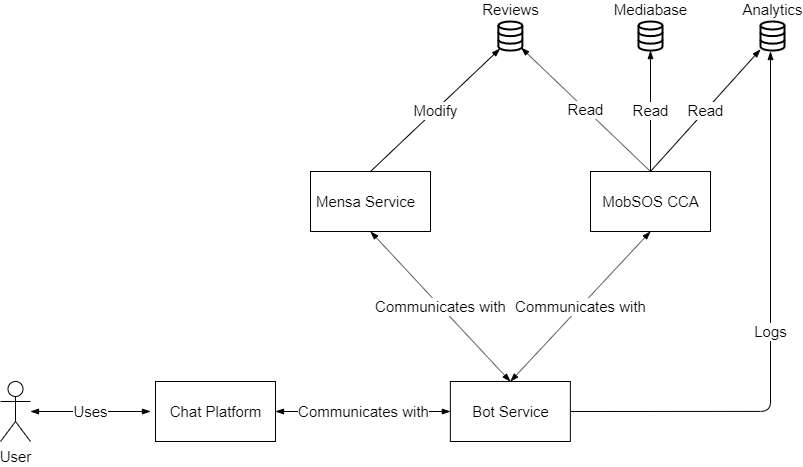
Earlier version of the draw.io export figures/realization/Component_Diagramm.png (lakhoune/bachelor-thesis). Source tidied: cells renumbered, new cells last; positions are measured from the earlier drawing's top-left corner, leaving out a move shared by most shapes. Its diagram source:
```xml
<mxGraphModel background="#ffffff">
  <root>
    <mxCell id="0" />
    <mxCell id="1" parent="0" />
    <mxCell id="2" value="Uses" style="edgeStyle=orthogonalEdgeStyle;rounded=0;jettySize=auto;html=1;endArrow=blockThin;endFill=1;startArrow=blockThin;startFill=1;fontSize=15;" parent="1" edge="1" source="3">
      <mxGeometry relative="1" as="geometry">
        <mxPoint x="150" y="390" as="targetPoint" />
      </mxGeometry>
    </mxCell>
    <mxCell id="3" value="User" style="shape=umlActor;verticalLabelPosition=bottom;labelBackgroundColor=#ffffff;verticalAlign=top;html=1;outlineConnect=0;fontSize=15;" parent="1" vertex="1">
      <mxGeometry y="360" width="30" height="60" as="geometry" />
    </mxCell>
    <mxCell id="4" style="group;fontSize=15;" parent="1" vertex="1">
      <mxGeometry x="155" y="360" width="120" height="60" as="geometry" />
    </mxCell>
    <mxCell id="5" style="rounded=0;whiteSpace=wrap;html=1;fontSize=15;" parent="4" vertex="1">
      <mxGeometry width="120" height="60" as="geometry" />
    </mxCell>
    <mxCell id="6" value="Chat Platform" style="text;html=1;align=center;verticalAlign=middle;fontSize=15;" parent="4" vertex="1">
      <mxGeometry x="5" y="20" width="110" height="20" as="geometry" />
    </mxCell>
    <mxCell id="7" value="Communicates with" style="edgeStyle=orthogonalEdgeStyle;rounded=0;jettySize=auto;html=1;startArrow=blockThin;startFill=1;endArrow=blockThin;endFill=1;fontSize=15;" parent="1" edge="1" source="5" target="9">
      <mxGeometry relative="1" as="geometry" />
    </mxCell>
    <mxCell id="8" style="group;fontSize=15;" parent="1" vertex="1">
      <mxGeometry x="449.9" y="360" width="120" height="60" as="geometry" />
    </mxCell>
    <mxCell id="9" style="rounded=0;whiteSpace=wrap;html=1;fontSize=15;" parent="8" vertex="1">
      <mxGeometry width="120" height="60" as="geometry" />
    </mxCell>
    <mxCell id="10" value="Bot Service" style="text;html=1;align=center;verticalAlign=middle;fontSize=15;" parent="8" vertex="1">
      <mxGeometry x="15" y="20" width="90" height="20" as="geometry" />
    </mxCell>
    <mxCell id="11" value="Communicates with" style="rounded=0;jettySize=auto;html=1;startArrow=blockThin;startFill=1;endArrow=blockThin;endFill=1;entryX=0.5;entryY=0;entryDx=0;entryDy=0;exitX=0.5;exitY=1;exitDx=0;exitDy=0;fontSize=15;" parent="1" edge="1" source="14" target="9">
      <mxGeometry relative="1" as="geometry" />
    </mxCell>
    <mxCell id="12" value="Communicates with" style="rounded=0;jettySize=auto;html=1;startArrow=blockThin;startFill=1;endArrow=blockThin;endFill=1;exitX=0.5;exitY=1;exitDx=0;exitDy=0;entryX=0.5;entryY=0;entryDx=0;entryDy=0;fontSize=15;" parent="1" edge="1" source="17" target="9">
      <mxGeometry relative="1" as="geometry" />
    </mxCell>
    <mxCell id="13" style="group;fontSize=15;" parent="1" vertex="1">
      <mxGeometry x="310" y="150" width="120" height="60" as="geometry" />
    </mxCell>
    <mxCell id="14" style="rounded=0;whiteSpace=wrap;html=1;fontSize=15;" parent="13" vertex="1">
      <mxGeometry width="120" height="60" as="geometry" />
    </mxCell>
    <mxCell id="15" value="Mensa Service" style="text;html=1;align=center;verticalAlign=middle;fontSize=15;" parent="13" vertex="1">
      <mxGeometry y="20" width="110" height="20" as="geometry" />
    </mxCell>
    <mxCell id="16" style="group;fontSize=15;" parent="1" vertex="1">
      <mxGeometry x="590" y="150" width="120" height="60" as="geometry" />
    </mxCell>
    <mxCell id="17" style="rounded=0;whiteSpace=wrap;html=1;fontSize=15;" parent="16" vertex="1">
      <mxGeometry width="120" height="60" as="geometry" />
    </mxCell>
    <mxCell id="18" value="MobSOS CCA" style="text;html=1;align=center;verticalAlign=middle;points=[];fontSize=15;" parent="16" vertex="1">
      <mxGeometry x="5" y="20" width="110" height="20" as="geometry" />
    </mxCell>
    <mxCell id="19" value="Modify" style="endArrow=blockThin;html=1;exitX=0.5;exitY=0;exitDx=0;exitDy=0;entryX=0.071;entryY=0.933;entryDx=0;entryDy=0;endFill=1;entryPerimeter=0;fontSize=15;" parent="1" edge="1" source="14" target="20">
      <mxGeometry relative="1" as="geometry" />
    </mxCell>
    <mxCell id="20" value="Reviews" style="html=1;verticalLabelPosition=top;align=center;labelBackgroundColor=#ffffff;verticalAlign=bottom;strokeWidth=2;strokeColor=#000000;shadow=0;dashed=0;shape=mxgraph.ios7.icons.data;labelPosition=center;fontSize=15;" parent="1" vertex="1">
      <mxGeometry x="497.9" width="24" height="29.1" as="geometry" />
    </mxCell>
    <mxCell id="21" value="Read" style="endArrow=none;html=1;entryX=0.5;entryY=0;entryDx=0;entryDy=0;exitX=0.952;exitY=0.903;exitDx=0;exitDy=0;exitPerimeter=0;startArrow=blockThin;startFill=1;endFill=0;fontSize=15;" parent="1" edge="1" source="20" target="17">
      <mxGeometry relative="1" as="geometry" />
    </mxCell>
    <mxCell id="22" value="Read" style="edgeStyle=none;rounded=0;jettySize=auto;html=1;startArrow=none;startFill=0;endArrow=blockThin;endFill=1;entryX=0.5;entryY=1;entryDx=0;entryDy=0;entryPerimeter=0;fontSize=15;" parent="1" edge="1" target="24">
      <mxGeometry relative="1" as="geometry">
        <mxPoint x="650" y="150" as="sourcePoint" />
      </mxGeometry>
    </mxCell>
    <mxCell id="23" value="Analytics" style="html=1;verticalLabelPosition=top;align=center;labelBackgroundColor=#ffffff;verticalAlign=bottom;strokeWidth=2;strokeColor=#000000;shadow=0;dashed=0;shape=mxgraph.ios7.icons.data;labelPosition=center;fontSize=15;" parent="1" vertex="1">
      <mxGeometry x="760" width="24" height="29.1" as="geometry" />
    </mxCell>
    <mxCell id="24" value="Mediabase" style="html=1;verticalLabelPosition=top;align=center;labelBackgroundColor=#ffffff;verticalAlign=bottom;strokeWidth=2;strokeColor=#000000;shadow=0;dashed=0;shape=mxgraph.ios7.icons.data;labelPosition=center;fontSize=15;" parent="1" vertex="1">
      <mxGeometry x="638" width="24" height="29.1" as="geometry" />
    </mxCell>
    <mxCell id="25" value="Read" style="endArrow=blockThin;html=1;exitX=0.5;exitY=0;exitDx=0;exitDy=0;endFill=1;fontSize=15;" parent="1" edge="1" source="17" target="23">
      <mxGeometry relative="1" as="geometry" />
    </mxCell>
    <mxCell id="26" value="Logs" style="endArrow=blockThin;html=1;exitX=1;exitY=0.5;exitDx=0;exitDy=0;edgeStyle=orthogonalEdgeStyle;endFill=1;fontSize=15;" parent="1" edge="1" source="9">
      <mxGeometry relative="1" as="geometry">
        <mxPoint x="770" y="30" as="targetPoint" />
      </mxGeometry>
    </mxCell>
  </root>
</mxGraphModel>
```
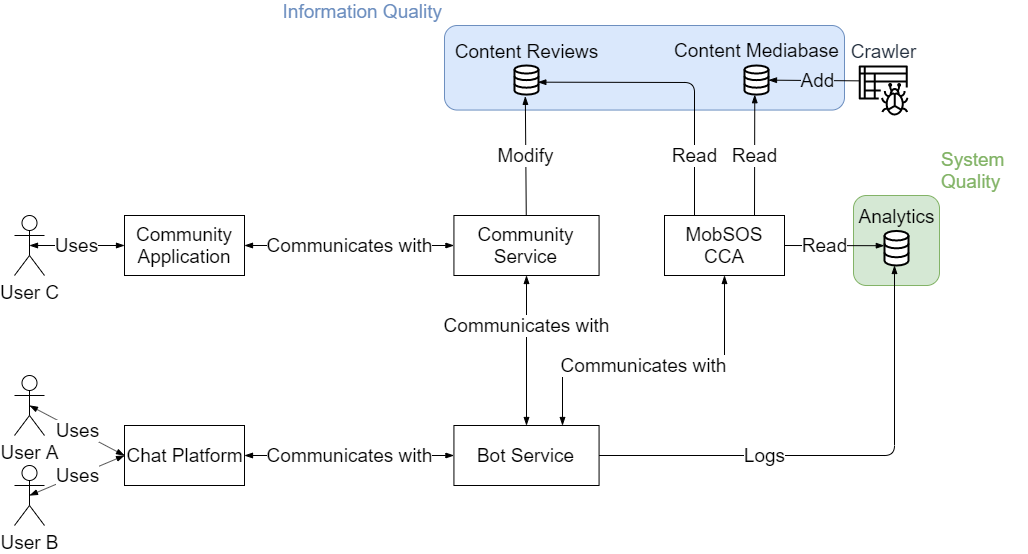
The same diagram one commit later.

Commit message:
refine component diagramm

Change to the diagram source:
```diff
@@ -2,86 +2,102 @@
   <root>
     <mxCell id="0" />
     <mxCell id="1" parent="0" />
+    <mxCell id="27" value="System Quality" style="rounded=1;whiteSpace=wrap;html=1;labelBackgroundColor=none;strokeColor=#82b366;fillColor=#d5e8d4;fontSize=19;labelPosition=right;verticalLabelPosition=top;align=left;verticalAlign=bottom;fontColor=#82B366;" parent="1" vertex="1">
+      <mxGeometry x="839" y="440" width="86" height="90" as="geometry" />
+    </mxCell>
+    <mxCell id="28" value="Information Quality" style="rounded=1;whiteSpace=wrap;html=1;strokeColor=#6c8ebf;fillColor=#dae8fc;fontSize=19;labelPosition=left;verticalLabelPosition=top;align=right;verticalAlign=bottom;fontColor=#6C8EBF;labelBorderColor=none;" parent="1" vertex="1">
+      <mxGeometry x="430" y="270" width="400" height="84.5" as="geometry" />
+    </mxCell>
-    <mxCell id="2" value="Uses" style="edgeStyle=orthogonalEdgeStyle;rounded=0;jettySize=auto;html=1;endArrow=blockThin;endFill=1;startArrow=blockThin;startFill=1;fontSize=15;" parent="1" edge="1" source="3">
-      <mxGeometry relative="1" as="geometry">
-        <mxPoint x="150" y="390" as="targetPoint" />
-      </mxGeometry>
+    <mxCell id="2" value="Uses" style="rounded=0;jettySize=auto;html=1;endArrow=blockThin;endFill=1;startArrow=blockThin;startFill=1;fontSize=19;entryX=0;entryY=0.5;entryDx=0;entryDy=0;exitX=0.5;exitY=0.5;exitDx=0;exitDy=0;exitPerimeter=0;" parent="1" edge="1" source="3" target="5">
+      <mxGeometry relative="1" as="geometry" />
     </mxCell>
-    <mxCell id="3" value="User" style="shape=umlActor;verticalLabelPosition=bottom;labelBackgroundColor=#ffffff;verticalAlign=top;html=1;outlineConnect=0;fontSize=15;" parent="1" vertex="1">
-      <mxGeometry y="360" width="30" height="60" as="geometry" />
+    <mxCell id="3" value="User A" style="shape=umlActor;verticalLabelPosition=bottom;labelBackgroundColor=#ffffff;verticalAlign=top;html=1;outlineConnect=0;fontSize=19;" parent="1" vertex="1">
+      <mxGeometry y="620" width="30" height="60" as="geometry" />
     </mxCell>
-    <mxCell id="4" style="group;fontSize=15;" parent="1" vertex="1">
-      <mxGeometry x="155" y="360" width="120" height="60" as="geometry" />
+    <mxCell id="4" style="group;fontSize=19;" parent="1" vertex="1">
+      <mxGeometry x="110" y="670" width="125" height="60" as="geometry" />
     </mxCell>
-    <mxCell id="5" style="rounded=0;whiteSpace=wrap;html=1;fontSize=15;" parent="4" vertex="1">
+    <mxCell id="5" style="rounded=0;whiteSpace=wrap;html=1;fontSize=19;" parent="4" vertex="1">
       <mxGeometry width="120" height="60" as="geometry" />
     </mxCell>
-    <mxCell id="6" value="Chat Platform" style="text;html=1;align=center;verticalAlign=middle;fontSize=15;" parent="4" vertex="1">
-      <mxGeometry x="5" y="20" width="110" height="20" as="geometry" />
+    <mxCell id="6" value="Chat Platform" style="text;html=1;align=center;verticalAlign=middle;fontSize=19;" parent="4" vertex="1">
+      <mxGeometry x="-5" y="15" width="130" height="30" as="geometry" />
     </mxCell>
-    <mxCell id="7" value="Communicates with" style="edgeStyle=orthogonalEdgeStyle;rounded=0;jettySize=auto;html=1;startArrow=blockThin;startFill=1;endArrow=blockThin;endFill=1;fontSize=15;" parent="1" edge="1" source="5" target="9">
+    <mxCell id="7" value="Communicates with" style="edgeStyle=orthogonalEdgeStyle;rounded=0;jettySize=auto;html=1;startArrow=blockThin;startFill=1;endArrow=blockThin;endFill=1;fontSize=19;" parent="1" edge="1" source="5" target="9">
       <mxGeometry relative="1" as="geometry" />
     </mxCell>
-    <mxCell id="8" style="group;fontSize=15;" parent="1" vertex="1">
-      <mxGeometry x="449.9" y="360" width="120" height="60" as="geometry" />
+    <mxCell id="8" style="group;fontSize=19;" parent="1" vertex="1">
+      <mxGeometry x="439.4" y="670" width="145.1" height="60" as="geometry" />
     </mxCell>
-    <mxCell id="9" style="rounded=0;whiteSpace=wrap;html=1;fontSize=15;" parent="8" vertex="1">
-      <mxGeometry width="120" height="60" as="geometry" />
+    <mxCell id="9" value="Bot Service" style="rounded=0;whiteSpace=wrap;html=1;fontSize=19;" parent="8" vertex="1">
+      <mxGeometry width="145.1" height="60" as="geometry" />
     </mxCell>
-    <mxCell id="10" value="Bot Service" style="text;html=1;align=center;verticalAlign=middle;fontSize=15;" parent="8" vertex="1">
-      <mxGeometry x="15" y="20" width="90" height="20" as="geometry" />
-    </mxCell>
-    <mxCell id="11" value="Communicates with" style="rounded=0;jettySize=auto;html=1;startArrow=blockThin;startFill=1;endArrow=blockThin;endFill=1;entryX=0.5;entryY=0;entryDx=0;entryDy=0;exitX=0.5;exitY=1;exitDx=0;exitDy=0;fontSize=15;" parent="1" edge="1" source="14" target="9">
-      <mxGeometry relative="1" as="geometry" />
+    <mxCell id="11" value="Communicates with" style="rounded=0;jettySize=auto;html=1;startArrow=blockThin;startFill=1;endArrow=blockThin;endFill=1;entryX=0.5;entryY=0;entryDx=0;entryDy=0;exitX=0.5;exitY=1;exitDx=0;exitDy=0;fontSize=19;" parent="1" edge="1" source="29" target="9">
+      <mxGeometry x="-0.33" relative="1" as="geometry" />
     </mxCell>
-    <mxCell id="12" value="Communicates with" style="rounded=0;jettySize=auto;html=1;startArrow=blockThin;startFill=1;endArrow=blockThin;endFill=1;exitX=0.5;exitY=1;exitDx=0;exitDy=0;entryX=0.5;entryY=0;entryDx=0;entryDy=0;fontSize=15;" parent="1" edge="1" source="17" target="9">
-      <mxGeometry relative="1" as="geometry" />
+    <mxCell id="12" value="Communicates with" style="rounded=1;jettySize=auto;html=1;startArrow=blockThin;startFill=1;endArrow=blockThin;endFill=1;exitX=0.5;exitY=1;exitDx=0;exitDy=0;entryX=0.75;entryY=0;entryDx=0;entryDy=0;fontSize=19;edgeStyle=orthogonalEdgeStyle;" parent="1" edge="1" source="18" target="9">
+      <mxGeometry x="0.1" relative="1" as="geometry">
+        <Array as="points">
+          <mxPoint x="690" y="610" />
+          <mxPoint x="548" y="610" />
+        </Array>
+      </mxGeometry>
     </mxCell>
-    <mxCell id="13" style="group;fontSize=15;" parent="1" vertex="1">
-      <mxGeometry x="310" y="150" width="120" height="60" as="geometry" />
-    </mxCell>
-    <mxCell id="14" style="rounded=0;whiteSpace=wrap;html=1;fontSize=15;" parent="13" vertex="1">
-      <mxGeometry width="120" height="60" as="geometry" />
-    </mxCell>
-    <mxCell id="15" value="Mensa Service" style="text;html=1;align=center;verticalAlign=middle;fontSize=15;" parent="13" vertex="1">
-      <mxGeometry y="20" width="110" height="20" as="geometry" />
-    </mxCell>
-    <mxCell id="16" style="group;fontSize=15;" parent="1" vertex="1">
-      <mxGeometry x="590" y="150" width="120" height="60" as="geometry" />
-    </mxCell>
-    <mxCell id="17" style="rounded=0;whiteSpace=wrap;html=1;fontSize=15;" parent="16" vertex="1">
-      <mxGeometry width="120" height="60" as="geometry" />
-    </mxCell>
-    <mxCell id="18" value="MobSOS CCA" style="text;html=1;align=center;verticalAlign=middle;points=[];fontSize=15;" parent="16" vertex="1">
-      <mxGeometry x="5" y="20" width="110" height="20" as="geometry" />
-    </mxCell>
-    <mxCell id="19" value="Modify" style="endArrow=blockThin;html=1;exitX=0.5;exitY=0;exitDx=0;exitDy=0;entryX=0.071;entryY=0.933;entryDx=0;entryDy=0;endFill=1;entryPerimeter=0;fontSize=15;" parent="1" edge="1" source="14" target="20">
+    <mxCell id="19" value="Modify" style="endArrow=blockThin;html=1;entryX=0.451;entryY=1.06;entryDx=0;entryDy=0;endFill=1;entryPerimeter=0;fontSize=19;" parent="1" edge="1" source="29" target="20">
       <mxGeometry relative="1" as="geometry" />
     </mxCell>
-    <mxCell id="20" value="Reviews" style="html=1;verticalLabelPosition=top;align=center;labelBackgroundColor=#ffffff;verticalAlign=bottom;strokeWidth=2;strokeColor=#000000;shadow=0;dashed=0;shape=mxgraph.ios7.icons.data;labelPosition=center;fontSize=15;" parent="1" vertex="1">
-      <mxGeometry x="497.9" width="24" height="29.1" as="geometry" />
+    <mxCell id="20" value="Content Reviews" style="html=1;verticalLabelPosition=top;align=center;labelBackgroundColor=none;verticalAlign=bottom;strokeWidth=2;strokeColor=#000000;shadow=0;dashed=0;shape=mxgraph.ios7.icons.data;labelPosition=center;fontSize=19;" parent="1" vertex="1">
+      <mxGeometry x="500" y="310" width="24" height="29.1" as="geometry" />
     </mxCell>
-    <mxCell id="21" value="Read" style="endArrow=none;html=1;entryX=0.5;entryY=0;entryDx=0;entryDy=0;exitX=0.952;exitY=0.903;exitDx=0;exitDy=0;exitPerimeter=0;startArrow=blockThin;startFill=1;endFill=0;fontSize=15;" parent="1" edge="1" source="20" target="17">
-      <mxGeometry relative="1" as="geometry" />
+    <mxCell id="21" value="Read" style="endArrow=none;html=1;entryX=0.25;entryY=0;entryDx=0;entryDy=0;exitX=0.972;exitY=0.573;exitDx=0;exitDy=0;exitPerimeter=0;startArrow=blockThin;startFill=1;endFill=0;fontSize=19;edgeStyle=orthogonalEdgeStyle;rounded=1;strokeWidth=1;strokeColor=#000000;" parent="1" edge="1" source="20" target="18">
+      <mxGeometry x="0.59" relative="1" as="geometry" />
     </mxCell>
-    <mxCell id="22" value="Read" style="edgeStyle=none;rounded=0;jettySize=auto;html=1;startArrow=none;startFill=0;endArrow=blockThin;endFill=1;entryX=0.5;entryY=1;entryDx=0;entryDy=0;entryPerimeter=0;fontSize=15;" parent="1" edge="1" target="24">
-      <mxGeometry relative="1" as="geometry">
-        <mxPoint x="650" y="150" as="sourcePoint" />
-      </mxGeometry>
+    <mxCell id="22" value="Read" style="edgeStyle=none;rounded=0;jettySize=auto;html=1;startArrow=none;startFill=0;endArrow=blockThin;endFill=1;entryX=0.428;entryY=1.004;entryDx=0;entryDy=0;entryPerimeter=0;fontSize=19;exitX=0.75;exitY=0;exitDx=0;exitDy=0;" parent="1" edge="1" source="18" target="24">
+      <mxGeometry relative="1" as="geometry" />
     </mxCell>
-    <mxCell id="23" value="Analytics" style="html=1;verticalLabelPosition=top;align=center;labelBackgroundColor=#ffffff;verticalAlign=bottom;strokeWidth=2;strokeColor=#000000;shadow=0;dashed=0;shape=mxgraph.ios7.icons.data;labelPosition=center;fontSize=15;" parent="1" vertex="1">
-      <mxGeometry x="760" width="24" height="29.1" as="geometry" />
+    <mxCell id="23" value="Analytics" style="html=1;verticalLabelPosition=top;align=center;labelBackgroundColor=none;verticalAlign=bottom;strokeWidth=2;strokeColor=#000000;shadow=0;dashed=0;shape=mxgraph.ios7.icons.data;labelPosition=center;fontSize=19;" parent="1" vertex="1">
+      <mxGeometry x="870" y="475.5" width="24" height="34.5" as="geometry" />
     </mxCell>
-    <mxCell id="24" value="Mediabase" style="html=1;verticalLabelPosition=top;align=center;labelBackgroundColor=#ffffff;verticalAlign=bottom;strokeWidth=2;strokeColor=#000000;shadow=0;dashed=0;shape=mxgraph.ios7.icons.data;labelPosition=center;fontSize=15;" parent="1" vertex="1">
-      <mxGeometry x="638" width="24" height="29.1" as="geometry" />
+    <mxCell id="24" value="Content Mediabase" style="html=1;verticalLabelPosition=top;align=center;labelBackgroundColor=none;verticalAlign=middle;strokeWidth=2;strokeColor=#000000;shadow=0;dashed=0;shape=mxgraph.ios7.icons.data;labelPosition=center;fontSize=19;horizontal=1;spacingBottom=0;" parent="1" vertex="1">
+      <mxGeometry x="730" y="310" width="24" height="29.1" as="geometry" />
     </mxCell>
-    <mxCell id="25" value="Read" style="endArrow=blockThin;html=1;exitX=0.5;exitY=0;exitDx=0;exitDy=0;endFill=1;fontSize=15;" parent="1" edge="1" source="17" target="23">
-      <mxGeometry relative="1" as="geometry" />
+    <mxCell id="25" value="Read" style="endArrow=blockThin;html=1;exitX=1;exitY=0.5;exitDx=0;exitDy=0;endFill=1;fontSize=19;entryX=-0.008;entryY=0.427;entryDx=0;entryDy=0;entryPerimeter=0;" parent="1" edge="1" source="18" target="23">
+      <mxGeometry x="-0.2" relative="1" as="geometry" />
     </mxCell>
-    <mxCell id="26" value="Logs" style="endArrow=blockThin;html=1;exitX=1;exitY=0.5;exitDx=0;exitDy=0;edgeStyle=orthogonalEdgeStyle;endFill=1;fontSize=15;" parent="1" edge="1" source="9">
-      <mxGeometry relative="1" as="geometry">
-        <mxPoint x="770" y="30" as="targetPoint" />
+    <mxCell id="26" value="Logs" style="endArrow=blockThin;html=1;exitX=1;exitY=0.5;exitDx=0;exitDy=0;edgeStyle=orthogonalEdgeStyle;endFill=1;fontSize=19;" parent="1" edge="1" source="9">
+      <mxGeometry x="-0.32" relative="1" as="geometry">
+        <mxPoint x="880" y="510" as="targetPoint" />
       </mxGeometry>
     </mxCell>
+    <mxCell id="29" value="Community Service" style="rounded=0;whiteSpace=wrap;html=1;strokeColor=#000000;fontSize=19;" parent="1" vertex="1">
+      <mxGeometry x="439.4" y="460" width="145.1" height="60" as="geometry" />
+    </mxCell>
+    <mxCell id="30" value="User B" style="shape=umlActor;verticalLabelPosition=bottom;labelBackgroundColor=#ffffff;verticalAlign=top;html=1;outlineConnect=0;fontSize=19;" parent="1" vertex="1">
+      <mxGeometry y="710" width="30" height="60" as="geometry" />
+    </mxCell>
+    <mxCell id="31" value="Uses" style="endArrow=blockThin;startArrow=blockThin;html=1;fontSize=19;entryX=0;entryY=0.5;entryDx=0;entryDy=0;startFill=1;endFill=1;exitX=0.5;exitY=0.5;exitDx=0;exitDy=0;exitPerimeter=0;" parent="1" edge="1" source="30" target="5">
+      <mxGeometry relative="1" as="geometry" />
+    </mxCell>
+    <mxCell id="18" value="MobSOS CCA" style="rounded=0;whiteSpace=wrap;html=1;strokeColor=#000000;fontSize=19;" parent="1" vertex="1">
+      <mxGeometry x="650" y="460" width="120" height="60" as="geometry" />
+    </mxCell>
+    <mxCell id="32" value="User C" style="shape=umlActor;verticalLabelPosition=bottom;labelBackgroundColor=#ffffff;verticalAlign=top;html=1;outlineConnect=0;strokeColor=#000000;fontSize=19;" parent="1" vertex="1">
+      <mxGeometry y="460" width="30" height="60" as="geometry" />
+    </mxCell>
+    <mxCell id="33" value="Communicates with" style="edgeStyle=none;jettySize=auto;html=1;startArrow=blockThin;startFill=1;endArrow=blockThin;endFill=1;fontSize=19;" parent="1" edge="1" source="35" target="29">
+      <mxGeometry relative="1" as="geometry" />
+    </mxCell>
+    <mxCell id="34" value="Uses" style="edgeStyle=none;jettySize=auto;html=1;entryX=0.5;entryY=0.5;entryDx=0;entryDy=0;entryPerimeter=0;startArrow=blockThin;startFill=1;endArrow=blockThin;endFill=1;fontSize=19;" parent="1" edge="1" source="35" target="32">
+      <mxGeometry relative="1" as="geometry" />
+    </mxCell>
+    <mxCell id="35" value="Community Application" style="rounded=0;whiteSpace=wrap;html=1;strokeColor=#000000;fontSize=19;" parent="1" vertex="1">
+      <mxGeometry x="110" y="460" width="120" height="60" as="geometry" />
+    </mxCell>
+    <mxCell id="36" value="Crawler" style="outlineConnect=0;fontColor=#232F3E;gradientColor=none;fillColor=#000000;strokeColor=none;dashed=0;verticalLabelPosition=top;verticalAlign=bottom;align=center;html=1;fontSize=19;fontStyle=0;shape=mxgraph.aws4.glue_crawlers;labelPosition=center;" parent="1" vertex="1">
+      <mxGeometry x="844" y="310" width="50" height="50" as="geometry" />
+    </mxCell>
+    <mxCell id="37" value="Add" style="endArrow=blockThin;html=1;fontSize=19;endFill=1;exitX=0;exitY=0.307;exitDx=0;exitDy=0;exitPerimeter=0;labelBackgroundColor=#DAE8FC;" parent="1" edge="1" source="36" target="24">
+      <mxGeometry x="-0.1" relative="1" as="geometry" />
+    </mxCell>
   </root>
 </mxGraphModel>
```
